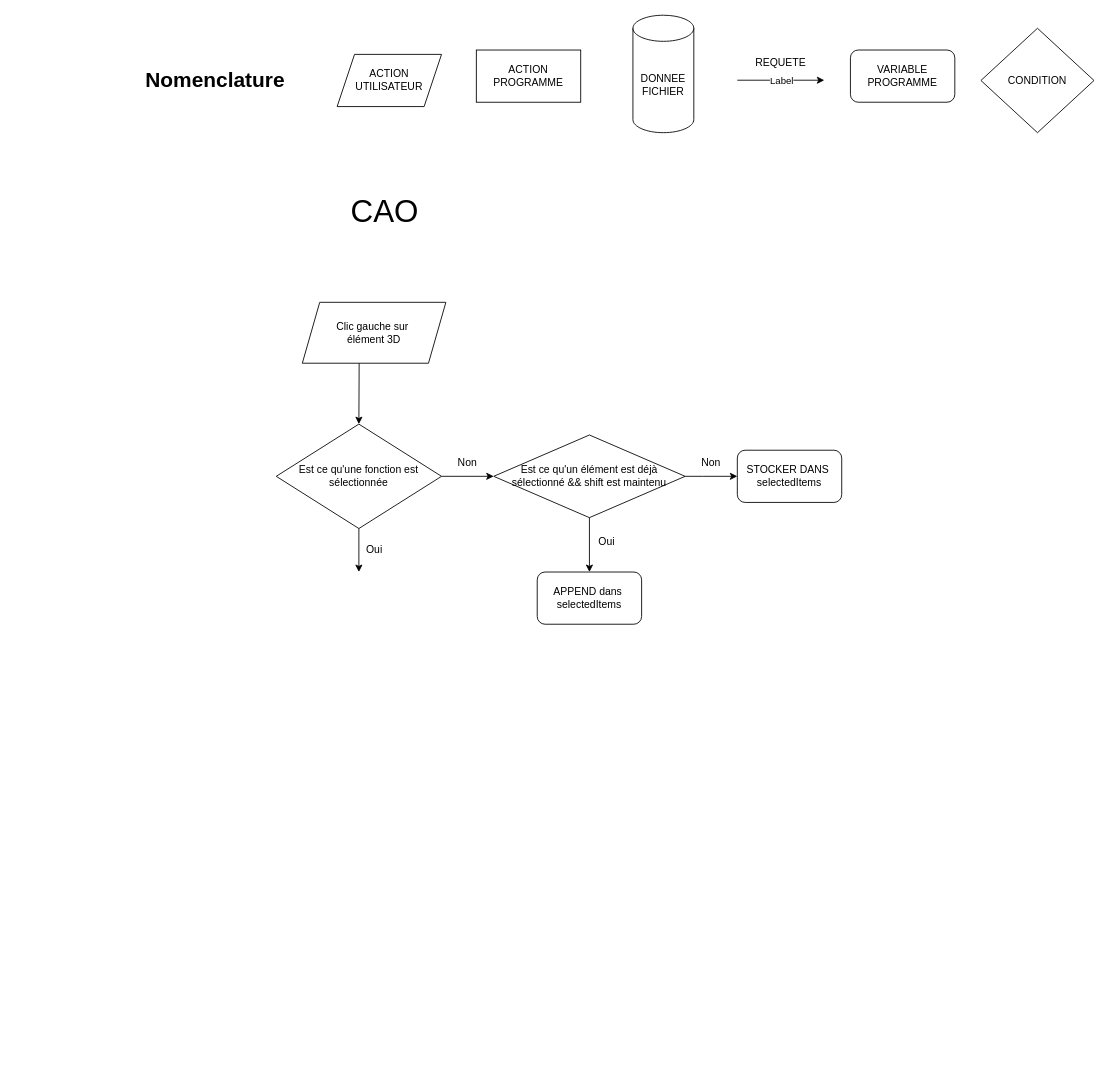
alexandreb49/english_project keeps this draw.io diagram as DIAGRAMME_PJT.drawio. Above is the earlier version. Source tidied: cells renumbered, new cells numbered last; positions are measured from the earlier drawing's top-left corner, leaving out a move shared by most shapes. Both pictures are drawn from the tidied source at 87%, with x=0, y=0 at pixel (163, 15).
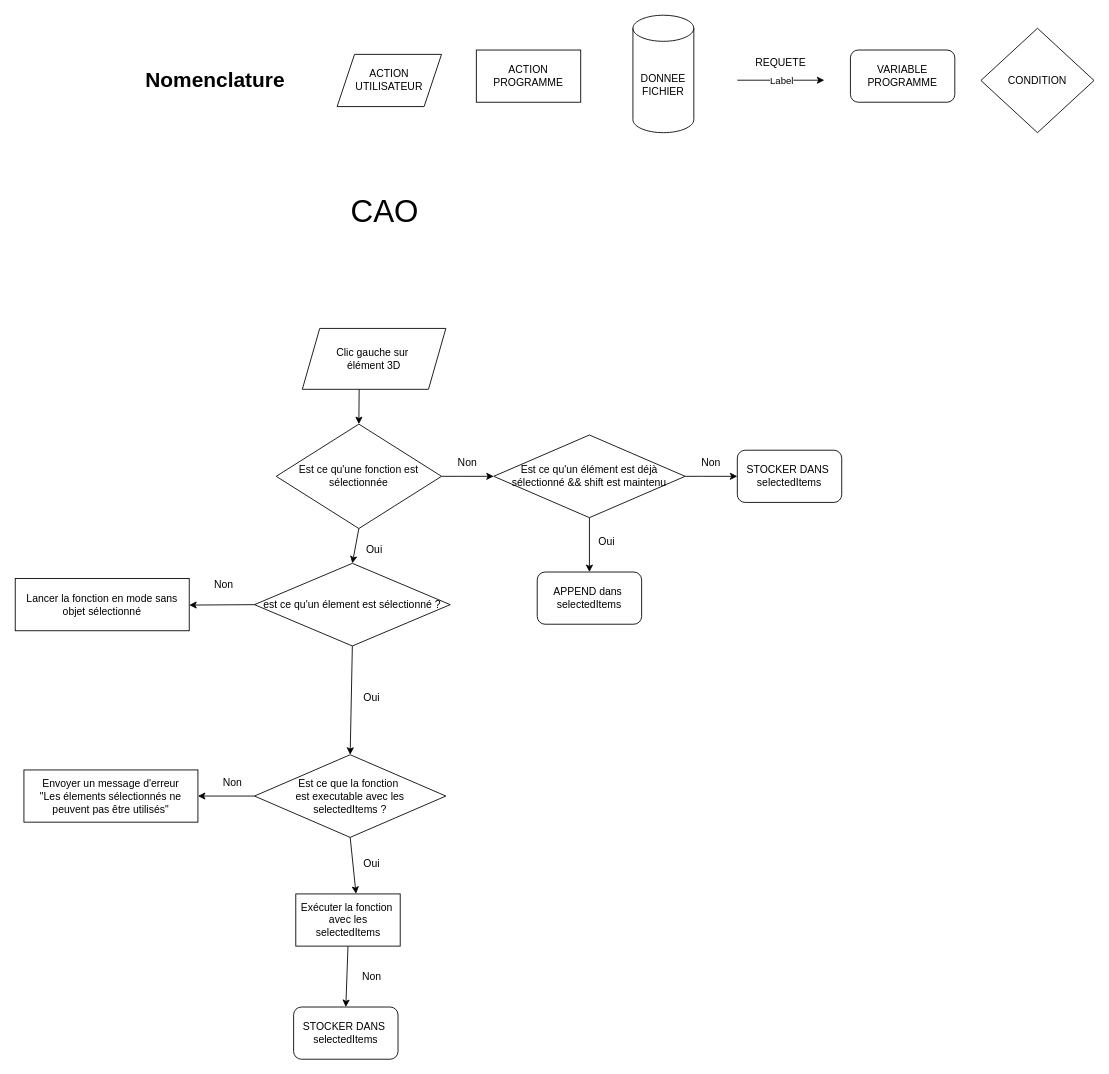
After the change.

Commit message (it also covers changes not shown here):
Mettre à jour DIAGRAMME_PJT.drawio

Unchanged cells that the change refers to:
```xml
<mxCell id="7" value="Est ce qu'une fonction est sélectionnée" style="rhombus;whiteSpace=wrap;html=1;" parent="1" vertex="1">
  <mxGeometry x="130" y="470" width="190" height="120" as="geometry" />
</mxCell>
```

Diff of the diagram source:
```diff
@@
     <mxCell id="14" value="&lt;div&gt;&lt;br&gt;&lt;/div&gt;Clic gauche sur&amp;nbsp;&lt;div&gt;élément 3D&lt;div&gt;&lt;br&gt;&lt;/div&gt;&lt;/div&gt;" style="shape=parallelogram;perimeter=parallelogramPerimeter;whiteSpace=wrap;html=1;fixedSize=1;" parent="1" vertex="1">
-      <mxGeometry x="160" y="330" width="165" height="70" as="geometry" />
+      <mxGeometry x="160" y="360" width="165" height="70" as="geometry" />
     </mxCell>
@@
-    <mxCell id="24" style="endArrow=classic;html=1;rounded=0;exitX=0.5;exitY=1;exitDx=0;exitDy=0;" parent="1" edge="1" source="7">
-      <mxGeometry relative="1" as="geometry">
-        <mxPoint x="225" y="640" as="targetPoint" />
-      </mxGeometry>
+    <mxCell id="24" style="endArrow=classic;html=1;rounded=0;exitX=0.5;exitY=1;exitDx=0;exitDy=0;entryX=0.5;entryY=0;entryDx=0;entryDy=0;" parent="1" edge="1" source="7" target="33">
+      <mxGeometry relative="1" as="geometry" />
     </mxCell>
@@
+    <mxCell id="26" value="&lt;div&gt;&lt;br&gt;&lt;/div&gt;Exécuter la fonction&amp;nbsp;&lt;div&gt;avec les selectedItems&lt;br&gt;&lt;div&gt;&lt;br&gt;&lt;/div&gt;&lt;/div&gt;" style="rounded=0;whiteSpace=wrap;html=1;" parent="1" vertex="1">
+      <mxGeometry x="152.5" y="1010" width="120" height="60" as="geometry" />
+    </mxCell>
+    <mxCell id="27" value="Est ce que la fonction&amp;nbsp;&lt;div&gt;est executable avec les&lt;/div&gt;&lt;div&gt;selectedItems ?&lt;/div&gt;" style="rhombus;whiteSpace=wrap;html=1;" parent="1" vertex="1">
+      <mxGeometry x="105" y="850" width="220" height="95" as="geometry" />
+    </mxCell>
+    <mxCell id="28" style="endArrow=classic;html=1;rounded=0;exitX=0.5;exitY=1;exitDx=0;exitDy=0;entryX=0.577;entryY=-0.002;entryDx=0;entryDy=0;entryPerimeter=0;" parent="1" edge="1" source="27" target="26">
+      <mxGeometry relative="1" as="geometry" />
+    </mxCell>
+    <mxCell id="29" value="Oui" style="text;html=1;align=center;verticalAlign=middle;whiteSpace=wrap;rounded=0;" parent="1" vertex="1">
+      <mxGeometry x="210" y="960" width="60" height="30" as="geometry" />
+    </mxCell>
+    <mxCell id="30" style="endArrow=classic;html=1;rounded=0;exitX=0;exitY=0.5;exitDx=0;exitDy=0;entryX=1;entryY=0.5;entryDx=0;entryDy=0;" parent="1" edge="1" source="27" target="31">
+      <mxGeometry relative="1" as="geometry" />
+    </mxCell>
+    <mxCell id="31" value="&lt;div&gt;Envoyer un message d'erreur&lt;/div&gt;&lt;div&gt;&quot;Les élements sélectionnés ne peuvent pas être utilisés&quot;&lt;/div&gt;" style="rounded=0;whiteSpace=wrap;html=1;" parent="1" vertex="1">
+      <mxGeometry x="-160" y="867.5" width="200" height="60" as="geometry" />
+    </mxCell>
+    <mxCell id="32" value="Non" style="text;html=1;align=center;verticalAlign=middle;whiteSpace=wrap;rounded=0;" parent="1" vertex="1">
+      <mxGeometry x="50" y="867.5" width="60" height="30" as="geometry" />
+    </mxCell>
+    <mxCell id="33" value="est ce qu'un élement est sélectionné ?" style="rhombus;whiteSpace=wrap;html=1;" parent="1" vertex="1">
+      <mxGeometry x="105" y="630" width="225" height="95" as="geometry" />
+    </mxCell>
+    <mxCell id="34" style="endArrow=classic;html=1;rounded=0;exitX=0.5;exitY=1;exitDx=0;exitDy=0;entryX=0.5;entryY=0;entryDx=0;entryDy=0;" parent="1" edge="1" source="33" target="27">
+      <mxGeometry relative="1" as="geometry" />
+    </mxCell>
+    <mxCell id="35" value="Oui" style="text;html=1;align=center;verticalAlign=middle;whiteSpace=wrap;rounded=0;" parent="1" vertex="1">
+      <mxGeometry x="210" y="770" width="60" height="30" as="geometry" />
+    </mxCell>
+    <mxCell id="36" style="endArrow=classic;html=1;rounded=0;exitX=0;exitY=0.5;exitDx=0;exitDy=0;" parent="1" edge="1" source="33">
+      <mxGeometry relative="1" as="geometry">
+        <mxPoint x="30" y="678" as="targetPoint" />
+      </mxGeometry>
+    </mxCell>
+    <mxCell id="37" value="&lt;div&gt;Lancer la fonction en mode sans objet sélectionné&lt;/div&gt;" style="rounded=0;whiteSpace=wrap;html=1;" parent="1" vertex="1">
+      <mxGeometry x="-170" y="647.5" width="200" height="60" as="geometry" />
+    </mxCell>
+    <mxCell id="38" value="Non" style="text;html=1;align=center;verticalAlign=middle;whiteSpace=wrap;rounded=0;" parent="1" vertex="1">
+      <mxGeometry x="40" y="640" width="60" height="30" as="geometry" />
+    </mxCell>
+    <mxCell id="39" value="STOCKER DANS&amp;nbsp;&lt;div&gt;selectedItems&lt;/div&gt;" style="rounded=1;whiteSpace=wrap;html=1;" parent="1" vertex="1">
+      <mxGeometry x="150" y="1140" width="120" height="60" as="geometry" />
+    </mxCell>
+    <mxCell id="40" style="endArrow=classic;html=1;rounded=0;exitX=0.5;exitY=1;exitDx=0;exitDy=0;" parent="1" edge="1" source="26">
+      <mxGeometry relative="1" as="geometry">
+        <mxPoint x="210" y="1140" as="targetPoint" />
+      </mxGeometry>
+    </mxCell>
+    <mxCell id="41" value="Non" style="text;html=1;align=center;verticalAlign=middle;whiteSpace=wrap;rounded=0;" parent="1" vertex="1">
+      <mxGeometry x="210" y="1090" width="60" height="30" as="geometry" />
+    </mxCell>
```
